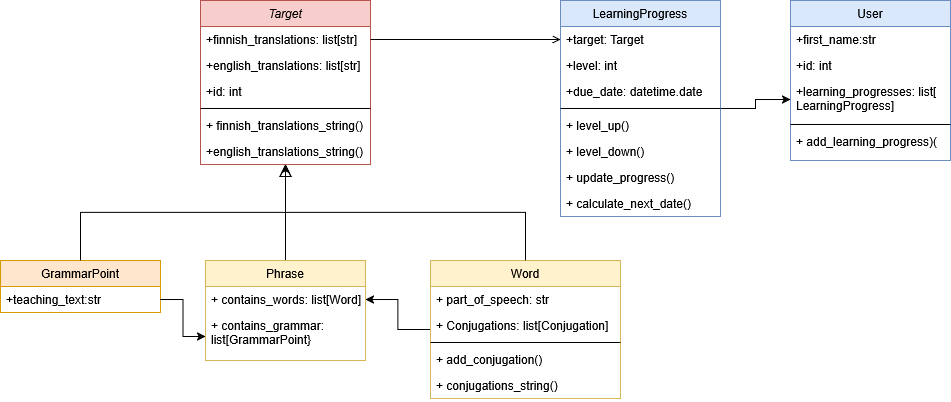
This is chartImages/UML_Class.png from iivariepic/Finnish-Learning-App, a draw.io export, as it was before one commit. Source tidied: cells renumbered, new cells last; positions are measured from the earlier drawing's top-left corner, leaving out a move shared by most shapes.
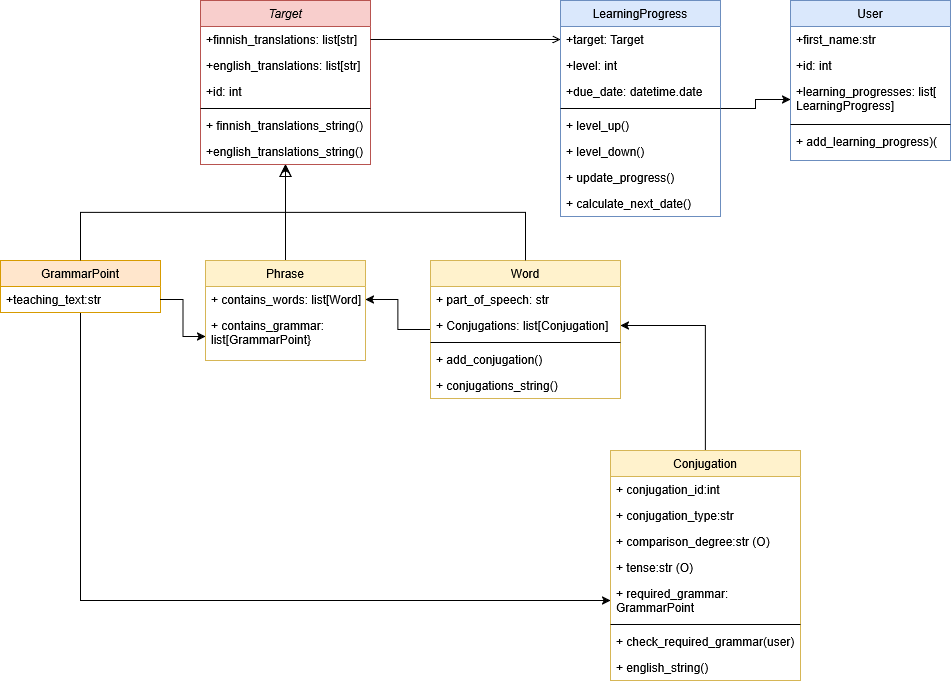
Above is the later version.

Commit message:
Added conjugations to UML Class diagram

What changed in the source:
```diff
@@ -23,6 +23,9 @@
     <mxCell id="8" value="+english_translations_string()" style="text;align=left;verticalAlign=top;spacingLeft=4;spacingRight=4;overflow=hidden;rounded=0;shadow=0;html=0;" parent="2" vertex="1">
       <mxGeometry y="138" width="170" height="26" as="geometry" />
     </mxCell>
+    <mxCell id="42" style="edgeStyle=orthogonalEdgeStyle;rounded=0;jettySize=auto;html=1;" parent="1" edge="1" source="9" target="49">
+      <mxGeometry relative="1" as="geometry" />
+    </mxCell>
     <mxCell id="9" value="GrammarPoint" style="swimlane;fontStyle=0;align=center;verticalAlign=top;horizontal=1;startSize=26;rounded=0;shadow=0;strokeWidth=1;fillColor=#ffe6cc;strokeColor=#d79b00;" parent="1" vertex="1">
       <mxGeometry y="260" width="160" height="52" as="geometry" />
     </mxCell>
@@ -124,5 +127,35 @@
     <mxCell id="41" value="+ add_learning_progress)(" style="text;align=left;verticalAlign=top;spacingLeft=4;spacingRight=4;overflow=hidden;" parent="36" vertex="1">
       <mxGeometry y="128" width="160" height="26" as="geometry" />
     </mxCell>
+    <mxCell id="43" style="edgeStyle=orthogonalEdgeStyle;rounded=0;jettySize=auto;html=1;" parent="1" edge="1" source="44" target="15">
+      <mxGeometry relative="1" as="geometry" />
+    </mxCell>
+    <mxCell id="44" value="Conjugation" style="swimlane;fontStyle=0;align=center;verticalAlign=top;horizontal=1;startSize=26;rounded=0;shadow=0;strokeWidth=1;fillColor=#fff2cc;strokeColor=#d6b656;" parent="1" vertex="1">
+      <mxGeometry x="610" y="450" width="190" height="230" as="geometry" />
+    </mxCell>
+    <mxCell id="45" value="+ conjugation_id:int" style="text;align=left;verticalAlign=top;spacingLeft=4;spacingRight=4;overflow=hidden;" parent="44" vertex="1">
+      <mxGeometry y="26" width="190" height="26" as="geometry" />
+    </mxCell>
+    <mxCell id="46" value="+ conjugation_type:str" style="text;align=left;verticalAlign=top;spacingLeft=4;spacingRight=4;overflow=hidden;" parent="44" vertex="1">
+      <mxGeometry y="52" width="190" height="26" as="geometry" />
+    </mxCell>
+    <mxCell id="47" value="+ comparison_degree:str (O)" style="text;align=left;verticalAlign=top;spacingLeft=4;spacingRight=4;overflow=hidden;" parent="44" vertex="1">
+      <mxGeometry y="78" width="190" height="26" as="geometry" />
+    </mxCell>
+    <mxCell id="48" value="+ tense:str (O)" style="text;align=left;verticalAlign=top;spacingLeft=4;spacingRight=4;overflow=hidden;" parent="44" vertex="1">
+      <mxGeometry y="104" width="190" height="26" as="geometry" />
+    </mxCell>
+    <mxCell id="49" value="+ required_grammar:&#10;GrammarPoint" style="text;align=left;verticalAlign=top;spacingLeft=4;spacingRight=4;overflow=hidden;points=[[0,0.5],[1,0.5]];portConstraint=eastwest;" parent="44" vertex="1">
+      <mxGeometry y="130" width="190" height="40" as="geometry" />
+    </mxCell>
+    <mxCell id="50" style="line;html=1;strokeWidth=1;align=left;verticalAlign=middle;spacingTop=-1;spacingLeft=3;spacingRight=3;labelPosition=right;" parent="44" vertex="1">
+      <mxGeometry y="170" width="190" height="8" as="geometry" />
+    </mxCell>
+    <mxCell id="51" value="+ check_required_grammar(user)" style="text;align=left;verticalAlign=top;spacingLeft=4;spacingRight=4;overflow=hidden;" parent="44" vertex="1">
+      <mxGeometry y="178" width="190" height="26" as="geometry" />
+    </mxCell>
+    <mxCell id="52" value="+ english_string()" style="text;align=left;verticalAlign=top;spacingLeft=4;spacingRight=4;overflow=hidden;" parent="44" vertex="1">
+      <mxGeometry y="204" width="190" height="26" as="geometry" />
+    </mxCell>
   </root>
 </mxGraphModel>
```
